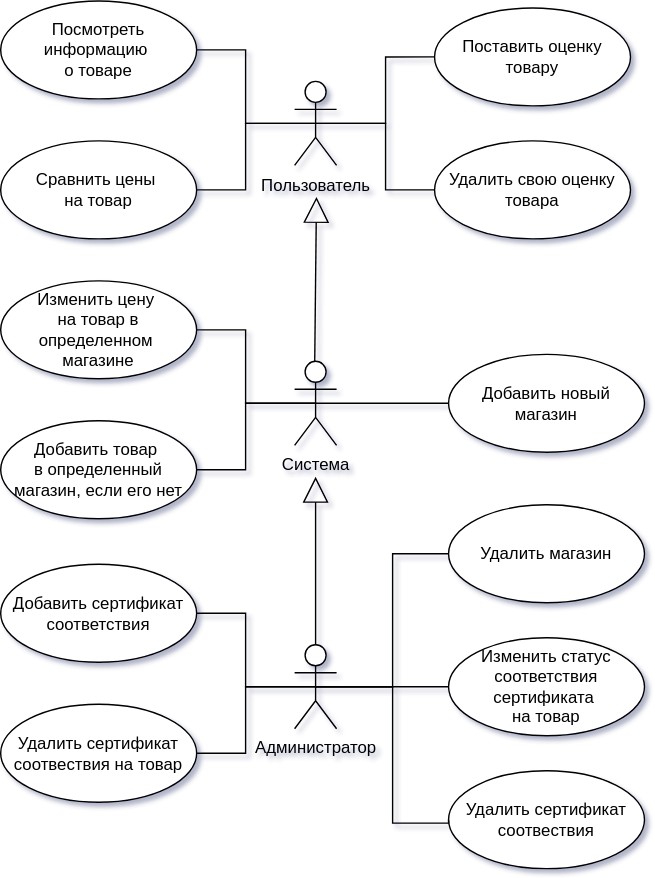
Before: docs/coursework/inc/img/use-case-diag.drawio.svg, a diagram exported from draw.io (nikitalystsev/db_course). Source tidied: cells renumbered, new cells last; positions are measured from the earlier drawing's top-left corner, leaving out a move shared by most shapes.
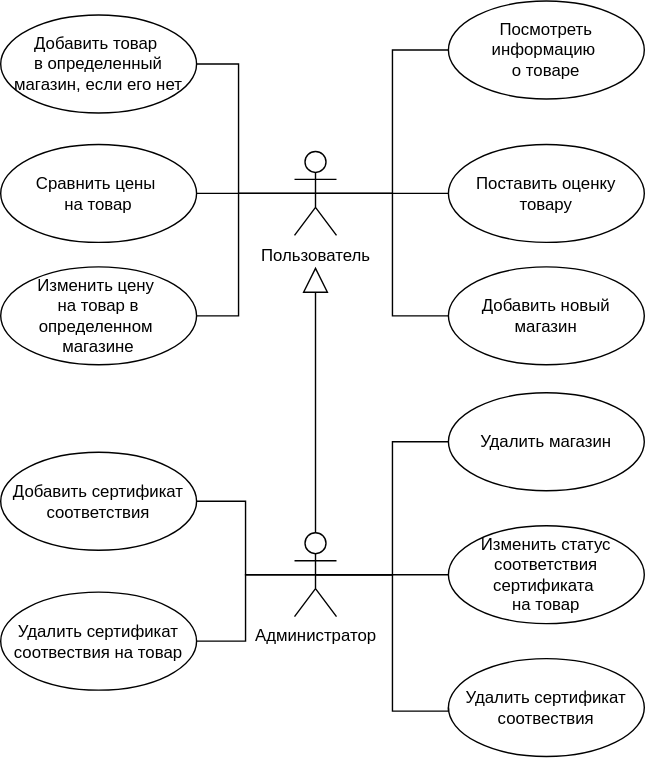
Later version of the same file.

Diff of the diagram source:
```diff
@@ -6,61 +6,56 @@
       <mxGeometry x="210" y="57.5" width="30" height="60" as="geometry" />
     </mxCell>
     <mxCell id="3" value="Посмотреть информацию&amp;nbsp;&lt;div&gt;о товаре&lt;/div&gt;" style="ellipse;whiteSpace=wrap;html=1;" parent="1" vertex="1">
-      <mxGeometry width="140" height="70" as="geometry" />
+      <mxGeometry x="320" y="-50" width="140" height="70" as="geometry" />
     </mxCell>
     <mxCell id="4" value="Сравнить цены&amp;nbsp;&lt;div&gt;на товар&lt;/div&gt;" style="ellipse;whiteSpace=wrap;html=1;" parent="1" vertex="1">
-      <mxGeometry y="100" width="140" height="70" as="geometry" />
+      <mxGeometry y="52.5" width="140" height="70" as="geometry" />
     </mxCell>
     <mxCell id="5" value="Поставить оценку&lt;div&gt;товару&lt;/div&gt;" style="ellipse;whiteSpace=wrap;html=1;" parent="1" vertex="1">
-      <mxGeometry x="310" y="5" width="140" height="70" as="geometry" />
+      <mxGeometry x="320" y="52.5" width="140" height="70" as="geometry" />
     </mxCell>
-    <mxCell id="6" style="endArrow=none;html=1;rounded=0;entryX=1;entryY=0.5;entryDx=0;entryDy=0;exitX=0.5;exitY=0.5;exitDx=0;exitDy=0;exitPerimeter=0;edgeStyle=orthogonalEdgeStyle;" parent="1" edge="1" source="2" target="3">
-      <mxGeometry relative="1" as="geometry" />
-    </mxCell>
     <mxCell id="7" style="endArrow=none;html=1;rounded=0;entryX=1;entryY=0.5;entryDx=0;entryDy=0;exitX=0.5;exitY=0.5;exitDx=0;exitDy=0;exitPerimeter=0;edgeStyle=orthogonalEdgeStyle;" parent="1" edge="1" source="2" target="4">
       <mxGeometry relative="1" as="geometry" />
     </mxCell>
-    <mxCell id="8" value="Удалить свою оценку&lt;div&gt;товара&lt;/div&gt;" style="ellipse;whiteSpace=wrap;html=1;" parent="1" vertex="1">
-      <mxGeometry x="310" y="100" width="140" height="70" as="geometry" />
-    </mxCell>
     <mxCell id="9" style="endArrow=none;html=1;rounded=0;entryX=0;entryY=0.5;entryDx=0;entryDy=0;exitX=0.5;exitY=0.5;exitDx=0;exitDy=0;exitPerimeter=0;edgeStyle=orthogonalEdgeStyle;" parent="1" edge="1" source="2" target="5">
       <mxGeometry relative="1" as="geometry" />
     </mxCell>
-    <mxCell id="10" style="endArrow=none;html=1;rounded=0;entryX=0;entryY=0.5;entryDx=0;entryDy=0;exitX=0.5;exitY=0.5;exitDx=0;exitDy=0;exitPerimeter=0;edgeStyle=orthogonalEdgeStyle;" parent="1" edge="1" source="2" target="8">
-      <mxGeometry relative="1" as="geometry" />
-    </mxCell>
-    <mxCell id="11" value="Система" style="shape=umlActor;verticalLabelPosition=bottom;verticalAlign=top;html=1;" parent="1" vertex="1">
-      <mxGeometry x="210" y="257.5" width="30" height="60" as="geometry" />
-    </mxCell>
     <mxCell id="12" value="Изменить цену&amp;nbsp;&lt;div&gt;на товар в определенном&amp;nbsp;&lt;div&gt;магазине&lt;/div&gt;&lt;/div&gt;" style="ellipse;whiteSpace=wrap;html=1;" parent="1" vertex="1">
-      <mxGeometry y="200" width="140" height="70" as="geometry" />
+      <mxGeometry y="140" width="140" height="70" as="geometry" />
     </mxCell>
     <mxCell id="13" value="Добавить товар&amp;nbsp;&lt;div&gt;в определенный&lt;/div&gt;&lt;div&gt;магазин, если его нет&lt;/div&gt;" style="ellipse;whiteSpace=wrap;html=1;" parent="1" vertex="1">
-      <mxGeometry y="300" width="140" height="70" as="geometry" />
+      <mxGeometry y="-40" width="140" height="70" as="geometry" />
     </mxCell>
     <mxCell id="14" value="Добавить новый магазин" style="ellipse;whiteSpace=wrap;html=1;" parent="1" vertex="1">
-      <mxGeometry x="320" y="252.5" width="140" height="70" as="geometry" />
+      <mxGeometry x="320" y="140" width="140" height="70" as="geometry" />
     </mxCell>
-    <mxCell id="15" style="endArrow=none;html=1;rounded=0;entryX=1;entryY=0.5;entryDx=0;entryDy=0;exitX=0.5;exitY=0.5;exitDx=0;exitDy=0;exitPerimeter=0;edgeStyle=orthogonalEdgeStyle;" parent="1" edge="1" source="11" target="12">
-      <mxGeometry relative="1" as="geometry" />
+    <mxCell id="15" style="endArrow=none;html=1;rounded=0;entryX=1;entryY=0.5;entryDx=0;entryDy=0;exitX=0.5;exitY=0.5;exitDx=0;exitDy=0;exitPerimeter=0;edgeStyle=orthogonalEdgeStyle;" parent="1" edge="1" source="2" target="12">
+      <mxGeometry relative="1" as="geometry">
+        <Array as="points">
+          <mxPoint x="170" y="88" />
+          <mxPoint x="170" y="175" />
+        </Array>
+      </mxGeometry>
     </mxCell>
-    <mxCell id="16" style="endArrow=none;html=1;rounded=0;entryX=1;entryY=0.5;entryDx=0;entryDy=0;exitX=0.5;exitY=0.5;exitDx=0;exitDy=0;exitPerimeter=0;edgeStyle=orthogonalEdgeStyle;" parent="1" edge="1" source="11" target="13">
-      <mxGeometry relative="1" as="geometry" />
+    <mxCell id="16" style="endArrow=none;html=1;rounded=0;entryX=1;entryY=0.5;entryDx=0;entryDy=0;exitX=0.5;exitY=0.5;exitDx=0;exitDy=0;exitPerimeter=0;edgeStyle=orthogonalEdgeStyle;" parent="1" edge="1" source="2" target="13">
+      <mxGeometry relative="1" as="geometry">
+        <Array as="points">
+          <mxPoint x="170" y="88" />
+          <mxPoint x="170" y="-5" />
+        </Array>
+      </mxGeometry>
     </mxCell>
-    <mxCell id="17" style="endArrow=none;html=1;rounded=0;entryX=0;entryY=0.5;entryDx=0;entryDy=0;exitX=0.5;exitY=0.5;exitDx=0;exitDy=0;exitPerimeter=0;edgeStyle=orthogonalEdgeStyle;" parent="1" edge="1" source="11" target="14">
-      <mxGeometry relative="1" as="geometry" />
-    </mxCell>
     <mxCell id="18" value="Администратор" style="shape=umlActor;verticalLabelPosition=bottom;verticalAlign=top;html=1;" parent="1" vertex="1">
-      <mxGeometry x="210" y="460" width="30" height="60" as="geometry" />
+      <mxGeometry x="210" y="330" width="30" height="60" as="geometry" />
     </mxCell>
     <mxCell id="19" value="Добавить сертификат&lt;div&gt;соответствия&lt;/div&gt;" style="ellipse;whiteSpace=wrap;html=1;" parent="1" vertex="1">
-      <mxGeometry y="402.5" width="140" height="70" as="geometry" />
+      <mxGeometry y="272.5" width="140" height="70" as="geometry" />
     </mxCell>
     <mxCell id="20" value="&lt;div&gt;Удалить сертификат&lt;/div&gt;&lt;div&gt;соотвествия на товар&lt;/div&gt;" style="ellipse;whiteSpace=wrap;html=1;" parent="1" vertex="1">
-      <mxGeometry y="502.5" width="140" height="70" as="geometry" />
+      <mxGeometry y="372.5" width="140" height="70" as="geometry" />
     </mxCell>
     <mxCell id="21" value="Удалить магазин" style="ellipse;whiteSpace=wrap;html=1;" parent="1" vertex="1">
-      <mxGeometry x="320" y="360" width="140" height="70" as="geometry" />
+      <mxGeometry x="320" y="230" width="140" height="70" as="geometry" />
     </mxCell>
     <mxCell id="22" style="endArrow=none;html=1;rounded=0;entryX=1;entryY=0.5;entryDx=0;entryDy=0;exitX=0.5;exitY=0.5;exitDx=0;exitDy=0;exitPerimeter=0;edgeStyle=orthogonalEdgeStyle;" parent="1" edge="1" source="18" target="19">
       <mxGeometry relative="1" as="geometry" />
@@ -69,7 +64,7 @@
       <mxGeometry relative="1" as="geometry" />
     </mxCell>
     <mxCell id="24" value="Изменить статус соответствия сертификата&amp;nbsp;&lt;div&gt;на товар&lt;/div&gt;" style="ellipse;whiteSpace=wrap;html=1;" parent="1" vertex="1">
-      <mxGeometry x="320" y="455" width="140" height="70" as="geometry" />
+      <mxGeometry x="320" y="325" width="140" height="70" as="geometry" />
     </mxCell>
     <mxCell id="25" style="endArrow=none;html=1;rounded=0;entryX=0;entryY=0.5;entryDx=0;entryDy=0;exitX=0.5;exitY=0.5;exitDx=0;exitDy=0;exitPerimeter=0;edgeStyle=orthogonalEdgeStyle;" parent="1" edge="1" source="18" target="21">
       <mxGeometry relative="1" as="geometry" />
@@ -79,25 +74,30 @@
     </mxCell>
     <mxCell id="27" style="endArrow=block;endSize=16;endFill=0;html=1;rounded=0;exitX=0.5;exitY=0;exitDx=0;exitDy=0;exitPerimeter=0;" parent="1" edge="1" source="18">
       <mxGeometry relative="1" as="geometry">
-        <mxPoint x="225" y="340" as="targetPoint" />
+        <mxPoint x="225" y="140" as="targetPoint" />
       </mxGeometry>
     </mxCell>
     <mxCell id="28" value="&lt;div&gt;Удалить сертификат&lt;/div&gt;&lt;div&gt;соотвествия&lt;/div&gt;" style="ellipse;whiteSpace=wrap;html=1;" parent="1" vertex="1">
-      <mxGeometry x="320" y="550" width="140" height="70" as="geometry" />
+      <mxGeometry x="320" y="420" width="140" height="70" as="geometry" />
     </mxCell>
     <mxCell id="29" style="endArrow=none;html=1;rounded=0;entryX=0.5;entryY=0.5;entryDx=0;entryDy=0;entryPerimeter=0;exitX=0;exitY=0.5;exitDx=0;exitDy=0;edgeStyle=orthogonalEdgeStyle;" parent="1" edge="1" source="28" target="18">
       <mxGeometry relative="1" as="geometry">
         <Array as="points">
-          <mxPoint x="280" y="587.5" />
-          <mxPoint x="280" y="490.5" />
+          <mxPoint x="280" y="457.5" />
+          <mxPoint x="280" y="360.5" />
         </Array>
       </mxGeometry>
     </mxCell>
-    <mxCell id="30" style="endArrow=block;endSize=16;endFill=0;html=1;rounded=0;exitX=0.5;exitY=0;exitDx=0;exitDy=0;exitPerimeter=0;" parent="1" edge="1">
-      <mxGeometry relative="1" as="geometry">
-        <mxPoint x="224.4" y="257.5" as="sourcePoint" />
-        <mxPoint x="225.6" y="140" as="targetPoint" />
-      </mxGeometry>
-    </mxCell>
+    <mxCell id="31" style="endArrow=none;html=1;rounded=0;exitX=0;exitY=0.5;exitDx=0;exitDy=0;edgeStyle=orthogonalEdgeStyle;entryX=0.5;entryY=0.5;entryDx=0;entryDy=0;entryPerimeter=0;" parent="1" edge="1" source="3" target="2">
+      <mxGeometry relative="1" as="geometry">
+        <Array as="points">
+          <mxPoint x="280" y="-15" />
+          <mxPoint x="280" y="87" />
+        </Array>
+      </mxGeometry>
+    </mxCell>
+    <mxCell id="32" style="endArrow=none;html=1;rounded=0;entryX=0;entryY=0.5;entryDx=0;entryDy=0;exitX=0.5;exitY=0.5;exitDx=0;exitDy=0;exitPerimeter=0;edgeStyle=orthogonalEdgeStyle;" parent="1" edge="1" source="2" target="14">
+      <mxGeometry relative="1" as="geometry" />
+    </mxCell>
   </root>
 </mxGraphModel>
```
